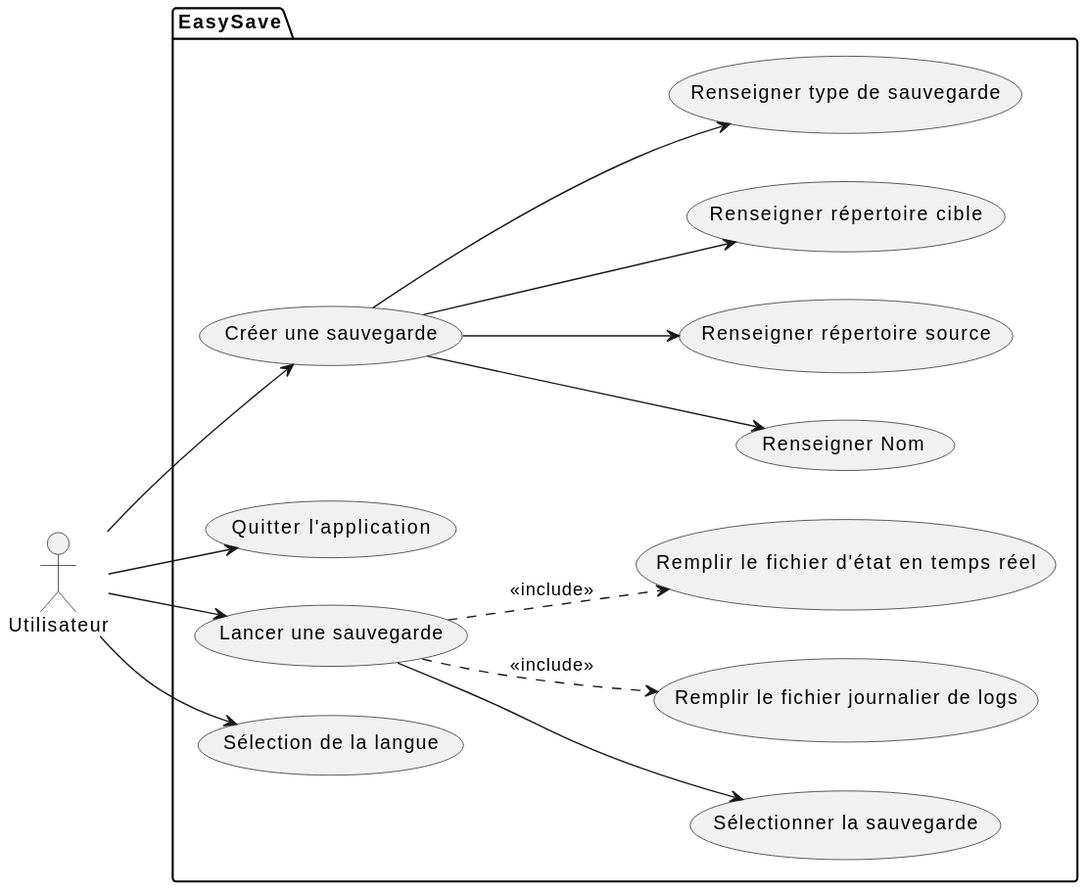
Before: UML/output/UseCaseDiagram.svg, a diagram exported from PlantUML (Melvin-Menanteau/EasySave). The source it was exported from:
```plantuml
@startuml
left to right direction

actor Utilisateur as user

package EasySave {
  usecase "Créer une sauvegarde" as uc1
  usecase "Renseigner Nom" as uc7
  usecase "Renseigner répertoire source" as uc8
  usecase "Renseigner répertoire cible" as uc9
  usecase "Renseigner type de sauvegarde" as uc10
  usecase "Quitter l'application" as uc6
  usecase "Lancer une sauvegarde" as uc2
  usecase "Sélectionner la sauvegarde" as uc3
  usecase "Remplir le fichier journalier de logs" as uc4
  usecase "Remplir le fichier d'état en temps réel" as uc5
  usecase "Sélection de la langue" as uc11
}

user --> uc1
user --> uc11
uc1 --> uc7
uc1 --> uc8
uc1 --> uc9
uc1 --> uc10
user --> uc6
user --> uc2
uc2 --> uc3
uc2 .-> uc4 : <<include>>
uc2 .-> uc5 : <<include>>
@enduml
```
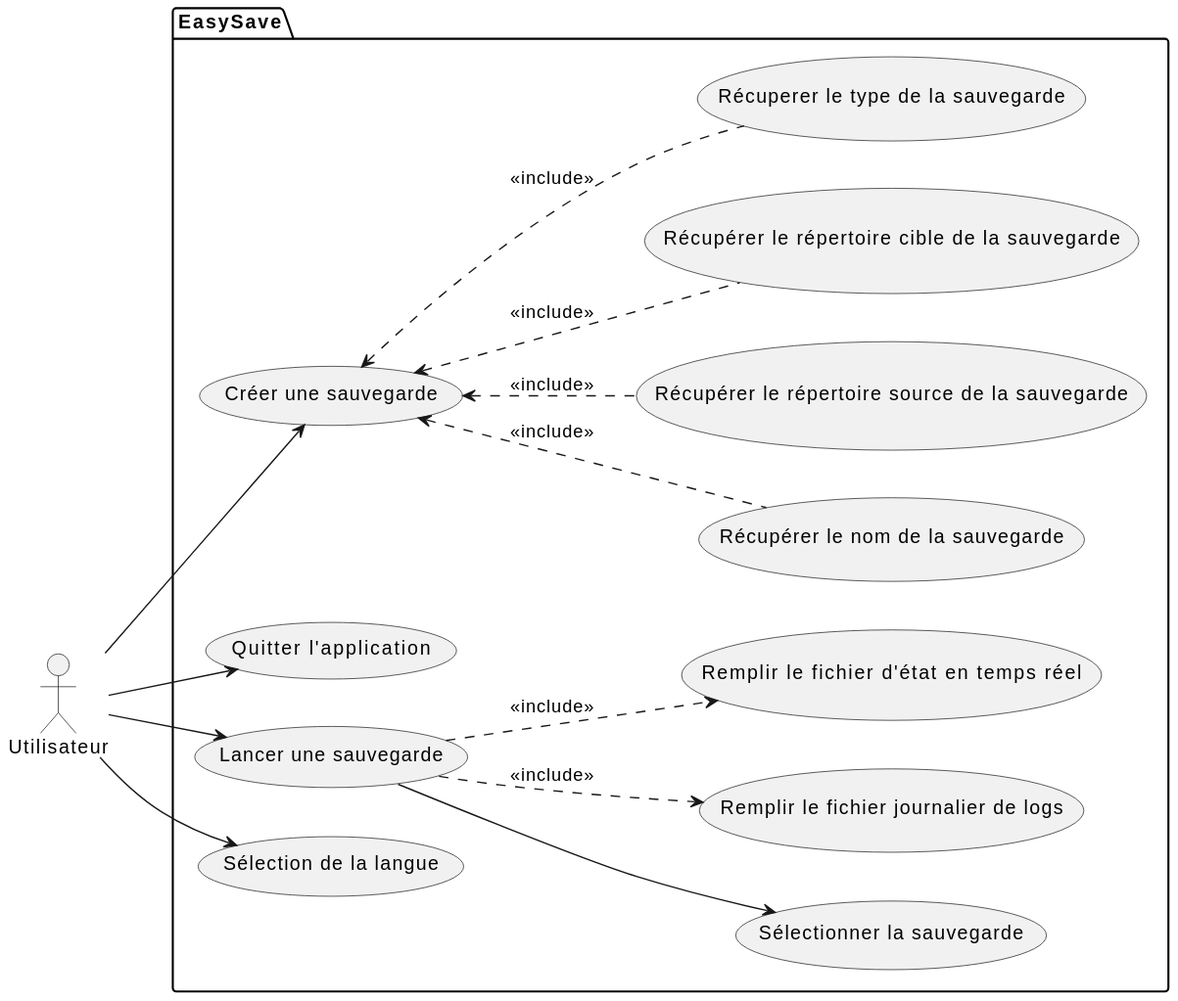
After the commit.

Diff of the diagram source:
```diff
@@ -5,10 +5,10 @@
 
 package EasySave {
   usecase "Créer une sauvegarde" as uc1
-  usecase "Renseigner Nom" as uc7
-  usecase "Renseigner répertoire source" as uc8
-  usecase "Renseigner répertoire cible" as uc9
-  usecase "Renseigner type de sauvegarde" as uc10
+  usecase "Récupérer le nom de la sauvegarde" as uc7
+  usecase "Récupérer le répertoire source de la sauvegarde" as uc8
+  usecase "Récupérer le répertoire cible de la sauvegarde" as uc9
+  usecase "Récuperer le type de la sauvegarde" as uc10
   usecase "Quitter l'application" as uc6
   usecase "Lancer une sauvegarde" as uc2
   usecase "Sélectionner la sauvegarde" as uc3
@@ -19,12 +19,15 @@
 
 user --> uc1
 user --> uc11
-uc1 --> uc7
-uc1 --> uc8
-uc1 --> uc9
-uc1 --> uc10
+
+uc1 <-. uc7 : <<include>>
+uc1 <-. uc8 : <<include>>
+uc1 <-. uc9 : <<include>>
+uc1 <-. uc10 : <<include>>
+
 user --> uc6
 user --> uc2
+
 uc2 --> uc3
 uc2 .-> uc4 : <<include>>
 uc2 .-> uc5 : <<include>>
```
